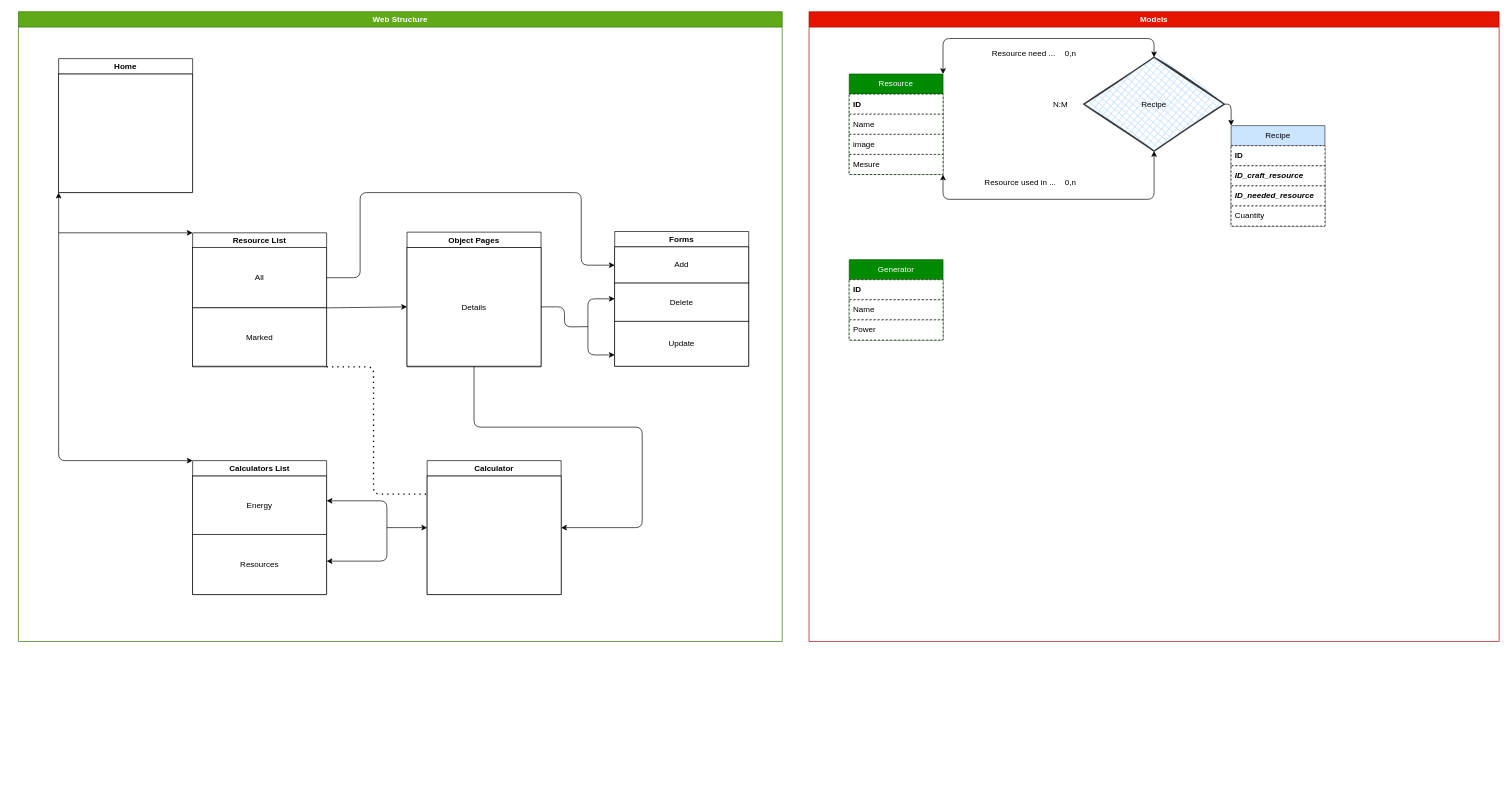
This is code/satisfactory/documentation/design/diseño_proyecto_final_django.drawio from Antropodus17/django, a draw.io file, before an edit. Source tidied: cells renumbered, new cells numbered last; positions are measured from the earlier drawing's top-left corner, leaving out a move shared by most shapes. Both pictures are drawn from the tidied source at 67%, with x=0, y=0 at pixel (18, 11).
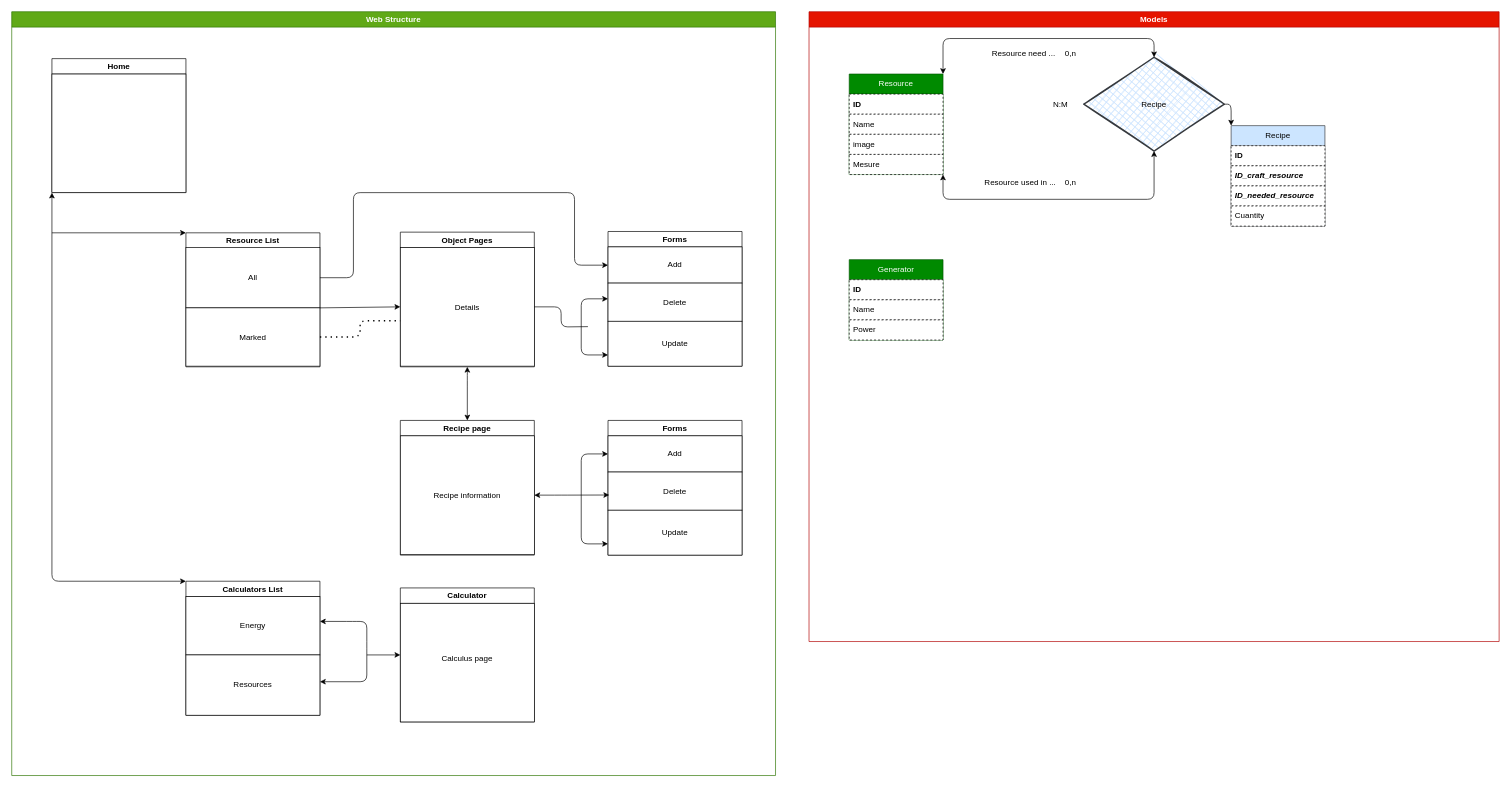
Above is the later version.

Unchanged cells that the change refers to:
```xml
<mxCell id="3" value="Home" style="swimlane;whiteSpace=wrap;html=1;" parent="2" vertex="1">
  <mxGeometry x="60" y="70" width="200" height="200" as="geometry" />
</mxCell>
<mxCell id="5" value="Resource List" style="swimlane;whiteSpace=wrap;html=1;" parent="2" vertex="1">
  <mxGeometry x="260" y="330" width="200" height="200" as="geometry" />
</mxCell>
<mxCell id="7" value="Marked" style="rounded=0;whiteSpace=wrap;html=1;" parent="5" vertex="1">
  <mxGeometry y="112" width="200" height="87" as="geometry" />
</mxCell>
<mxCell id="18" value="Object Pages" style="swimlane;whiteSpace=wrap;html=1;" parent="2" vertex="1">
  <mxGeometry x="580" y="329" width="200" height="201" as="geometry" />
</mxCell>
<mxCell id="19" value="Details" style="rounded=0;whiteSpace=wrap;html=1;" parent="18" vertex="1">
  <mxGeometry y="23" width="200" height="177" as="geometry" />
</mxCell>
```

The edit, as a diff of the source:
```diff
@@
     <mxCell id="2" value="Web Structure" style="swimlane;whiteSpace=wrap;html=1;fillColor=#60a917;fontColor=#ffffff;strokeColor=#2D7600;fillStyle=auto;gradientColor=none;swimlaneFillColor=default;" parent="1" vertex="1">
-      <mxGeometry width="1140" height="940" as="geometry" />
+      <mxGeometry x="-10" width="1140" height="1140" as="geometry" />
     </mxCell>
@@
     <mxCell id="8" value="Calculators List" style="swimlane;whiteSpace=wrap;html=1;" parent="2" vertex="1">
-      <mxGeometry x="260" y="670" width="200" height="200" as="geometry" />
+      <mxGeometry x="260" y="850" width="200" height="200" as="geometry" />
     </mxCell>
     <mxCell id="9" style="endArrow=classic;startArrow=classic;html=1;exitX=0;exitY=1;exitDx=0;exitDy=0;entryX=0;entryY=0;entryDx=0;entryDy=0;" parent="2" edge="1" source="3" target="8">
       <mxGeometry relative="1" as="geometry">
         <Array as="points">
-          <mxPoint x="60" y="670" />
+          <mxPoint x="60" y="850" />
         </Array>
       </mxGeometry>
     </mxCell>
@@
     <mxCell id="11" value="Energy" style="rounded=0;whiteSpace=wrap;html=1;" parent="2" vertex="1">
-      <mxGeometry x="260" y="693" width="200" height="87" as="geometry" />
+      <mxGeometry x="260" y="873" width="200" height="87" as="geometry" />
     </mxCell>
     <mxCell id="12" value="Resources" style="rounded=0;whiteSpace=wrap;html=1;" parent="2" vertex="1">
-      <mxGeometry x="260" y="780" width="200" height="90" as="geometry" />
+      <mxGeometry x="260" y="960" width="200" height="90" as="geometry" />
     </mxCell>
@@
     <mxCell id="20" value="Calculator" style="swimlane;whiteSpace=wrap;html=1;" parent="2" vertex="1">
-      <mxGeometry x="610" y="670" width="200" height="200" as="geometry" />
+      <mxGeometry x="580" y="860" width="200" height="200" as="geometry" />
     </mxCell>
-    <mxCell id="21" style="rounded=0;whiteSpace=wrap;html=1;" parent="20" vertex="1">
+    <mxCell id="21" value="Calculus page&lt;div&gt;&lt;br&gt;&lt;/div&gt;" style="rounded=0;whiteSpace=wrap;html=1;" parent="20" vertex="1">
       <mxGeometry y="23" width="200" height="177" as="geometry" />
     </mxCell>
     <mxCell id="22" style="endArrow=classic;html=1;entryX=0;entryY=0.5;entryDx=0;entryDy=0;" parent="2" edge="1" target="20">
       <mxGeometry relative="1" as="geometry">
-        <mxPoint x="550" y="770" as="sourcePoint" />
+        <mxPoint x="530" y="960" as="sourcePoint" />
       </mxGeometry>
     </mxCell>
     <mxCell id="23" style="endArrow=classic;startArrow=classic;html=1;exitX=1;exitY=0.75;exitDx=0;exitDy=0;entryX=1;entryY=0.425;entryDx=0;entryDy=0;entryPerimeter=0;" parent="2" edge="1" source="8" target="11">
       <mxGeometry relative="1" as="geometry">
         <Array as="points">
-          <mxPoint x="550" y="820" />
-          <mxPoint x="550" y="770" />
-          <mxPoint x="550" y="730" />
-          <mxPoint x="510" y="730" />
+          <mxPoint x="530" y="1000" />
+          <mxPoint x="530" y="950" />
+          <mxPoint x="530" y="910" />
+          <mxPoint x="510" y="910" />
         </Array>
       </mxGeometry>
     </mxCell>
-    <mxCell id="24" style="endArrow=none;dashed=1;html=1;dashPattern=1 3;strokeWidth=2;entryX=0;entryY=0.25;entryDx=0;entryDy=0;exitX=1;exitY=1;exitDx=0;exitDy=0;edgeStyle=orthogonalEdgeStyle;" parent="2" edge="1" source="5" target="20">
-      <mxGeometry relative="1" as="geometry">
-        <Array as="points">
-          <mxPoint x="530" y="530" />
-          <mxPoint x="530" y="720" />
-        </Array>
-      </mxGeometry>
-    </mxCell>
@@
-    <mxCell id="26" style="endArrow=classic;html=1;exitX=0.5;exitY=1;exitDx=0;exitDy=0;edgeStyle=orthogonalEdgeStyle;entryX=1;entryY=0.5;entryDx=0;entryDy=0;" parent="2" edge="1" source="19" target="20">
-      <mxGeometry relative="1" as="geometry">
-        <Array as="points">
-          <mxPoint x="680" y="620" />
-          <mxPoint x="931" y="620" />
-          <mxPoint x="931" y="770" />
-        </Array>
-      </mxGeometry>
-    </mxCell>
@@
+    <mxCell id="53" style="endArrow=none;dashed=1;html=1;dashPattern=1 3;strokeWidth=2;exitX=1;exitY=0.5;exitDx=0;exitDy=0;entryX=-0.001;entryY=0.617;entryDx=0;entryDy=0;edgeStyle=orthogonalEdgeStyle;entryPerimeter=0;" parent="2" edge="1" source="7" target="19">
+      <mxGeometry relative="1" as="geometry" />
+    </mxCell>
+    <mxCell id="54" value="Forms" style="swimlane;whiteSpace=wrap;html=1;" parent="2" vertex="1">
+      <mxGeometry x="890" y="610" width="200" height="201" as="geometry" />
+    </mxCell>
+    <mxCell id="55" value="Add" style="rounded=0;whiteSpace=wrap;html=1;" parent="54" vertex="1">
+      <mxGeometry y="23" width="200" height="54" as="geometry" />
+    </mxCell>
+    <mxCell id="56" value="Delete" style="rounded=0;whiteSpace=wrap;html=1;" parent="54" vertex="1">
+      <mxGeometry y="77" width="200" height="57" as="geometry" />
+    </mxCell>
+    <mxCell id="57" value="Update" style="rounded=0;whiteSpace=wrap;html=1;" parent="54" vertex="1">
+      <mxGeometry y="134" width="200" height="67" as="geometry" />
+    </mxCell>
+    <mxCell id="58" style="endArrow=classic;startArrow=classic;html=1;entryX=0;entryY=0.5;entryDx=0;entryDy=0;exitX=0;exitY=0.75;exitDx=0;exitDy=0;edgeStyle=orthogonalEdgeStyle;" parent="54" edge="1" source="57" target="55">
+      <mxGeometry relative="1" as="geometry">
+        <Array as="points">
+          <mxPoint x="-40" y="184" />
+          <mxPoint x="-40" y="50" />
+        </Array>
+      </mxGeometry>
+    </mxCell>
+    <mxCell id="59" value="Recipe page" style="swimlane;whiteSpace=wrap;html=1;" parent="2" vertex="1">
+      <mxGeometry x="580" y="610" width="200" height="201" as="geometry" />
+    </mxCell>
+    <mxCell id="60" value="Recipe information" style="rounded=0;whiteSpace=wrap;html=1;" parent="59" vertex="1">
+      <mxGeometry y="23" width="200" height="177" as="geometry" />
+    </mxCell>
+    <mxCell id="61" style="endArrow=classic;startArrow=classic;html=1;entryX=0.009;entryY=0.602;entryDx=0;entryDy=0;exitX=1;exitY=0.5;exitDx=0;exitDy=0;edgeStyle=orthogonalEdgeStyle;entryPerimeter=0;" parent="2" edge="1" source="60" target="56">
+      <mxGeometry relative="1" as="geometry">
+        <Array as="points">
+          <mxPoint x="820" y="721" />
+          <mxPoint x="820" y="721" />
+        </Array>
+      </mxGeometry>
+    </mxCell>
+    <mxCell id="62" style="endArrow=classic;startArrow=classic;html=1;edgeStyle=orthogonalEdgeStyle;exitX=0.5;exitY=0;exitDx=0;exitDy=0;entryX=0.5;entryY=1;entryDx=0;entryDy=0;" parent="2" edge="1" source="59" target="18">
+      <mxGeometry relative="1" as="geometry">
+        <Array as="points">
+          <mxPoint x="680" y="550" />
+          <mxPoint x="680" y="550" />
+        </Array>
+      </mxGeometry>
+    </mxCell>
```
